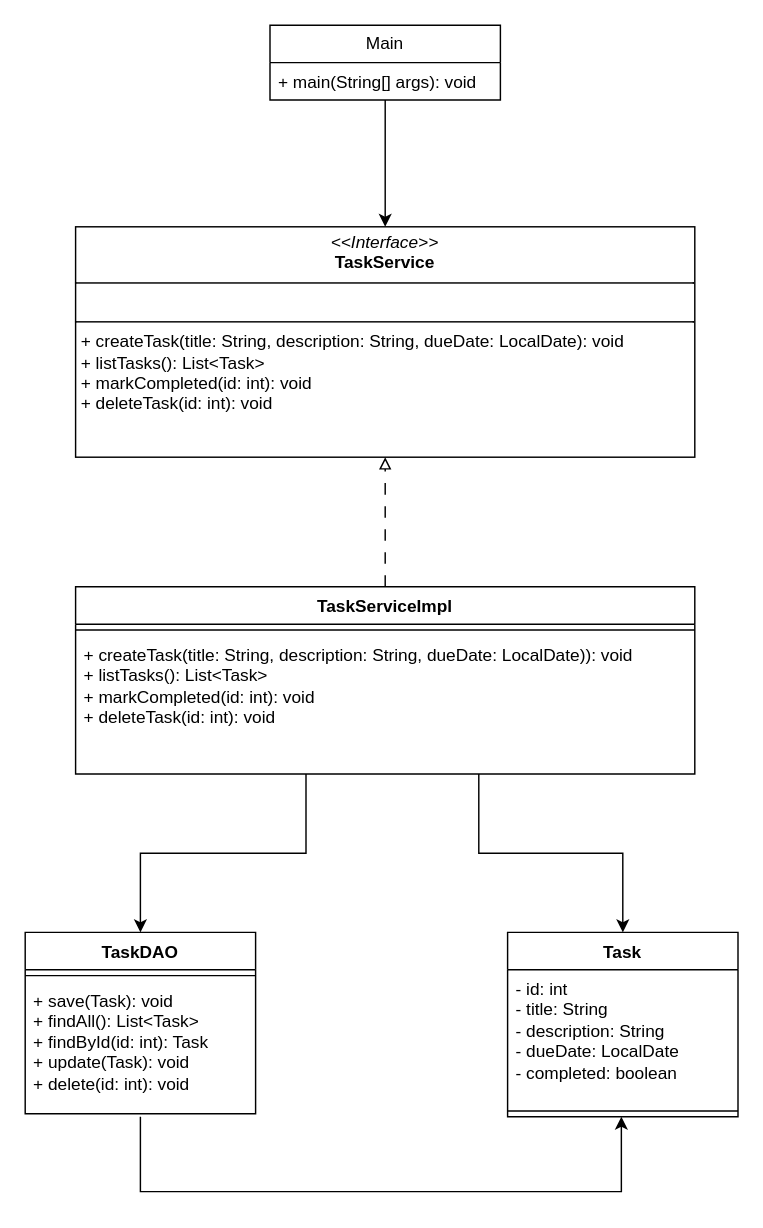
Above: diagrams/TaskManagerClassDiagram.drawio in Josephj9720/task-manager-console (draw.io), before the change. Source tidied: cells renumbered, new cells numbered last; positions are measured from the earlier drawing's top-left corner, leaving out a move shared by most shapes. Both pictures are drawn from the tidied source at 144%, with x=0, y=0 at pixel (24, 24).
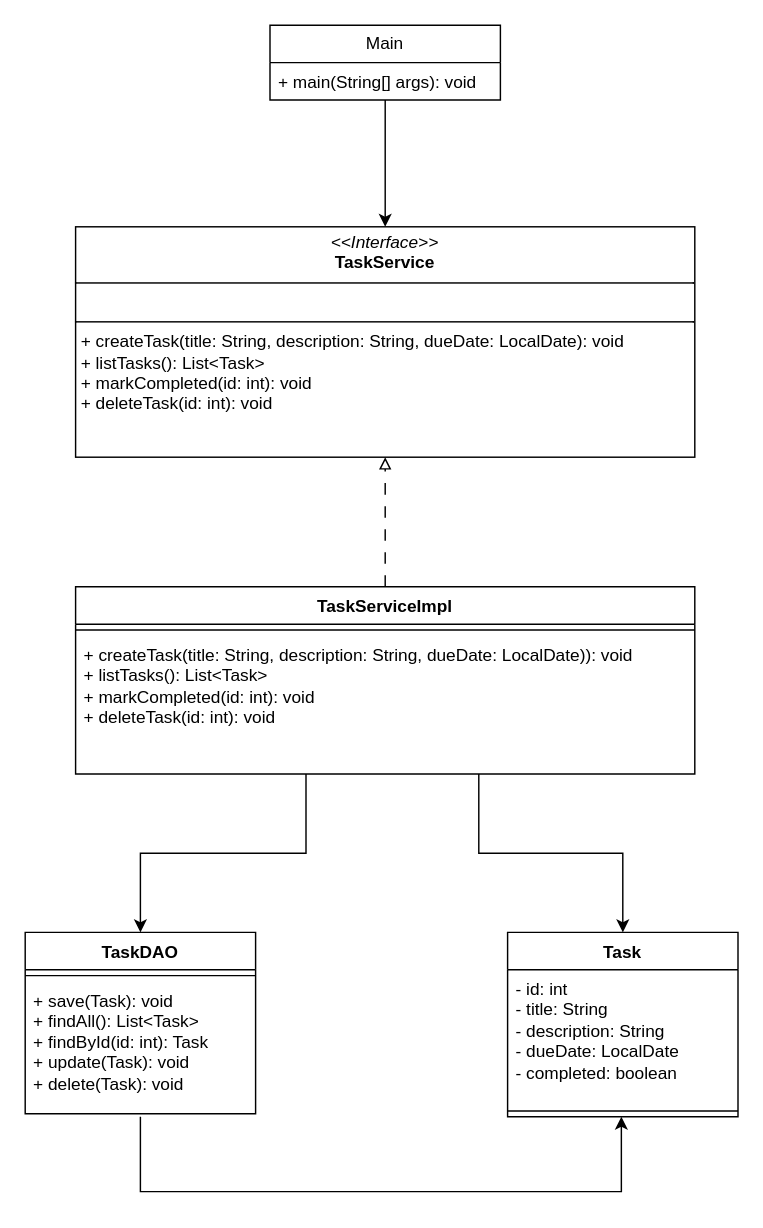
The same diagram, later.

Commit message (it also covers changes not shown here):
implemented update, delete and findById in TaskDAO

The change refers to these unchanged cells:
```xml
<mxCell id="7" value="TaskDAO" style="swimlane;fontStyle=1;align=center;verticalAlign=top;horizontal=1;startSize=26;whiteSpace=wrap;html=1;" parent="2" vertex="1">
  <mxGeometry y="630" width="160" height="126" as="geometry" />
</mxCell>
```

The edit, as a diff of the source:
```diff
@@
-    <mxCell id="9" value="&lt;div&gt;+ save(Task): void&lt;/div&gt;&lt;div&gt;+ findAll(): List&amp;lt;Task&amp;gt;&lt;/div&gt;&lt;div&gt;+ findById(id: int): Task&lt;/div&gt;&lt;div&gt;+ update(Task): void&lt;/div&gt;&lt;div&gt;+ delete(id: int): void&lt;/div&gt;" style="text;strokeColor=none;fillColor=none;align=left;verticalAlign=top;spacingLeft=4;spacingRight=4;overflow=hidden;whiteSpace=wrap;html=1;" parent="7" vertex="1">
+    <mxCell id="9" value="&lt;div&gt;+ save(Task): void&lt;/div&gt;&lt;div&gt;+ findAll(): List&amp;lt;Task&amp;gt;&lt;/div&gt;&lt;div&gt;+ findById(id: int): Task&lt;/div&gt;&lt;div&gt;+ update(Task): void&lt;/div&gt;&lt;div&gt;+ delete(Task): void&lt;/div&gt;" style="text;strokeColor=none;fillColor=none;align=left;verticalAlign=top;spacingLeft=4;spacingRight=4;overflow=hidden;whiteSpace=wrap;html=1;" parent="7" vertex="1">
       <mxGeometry y="34" width="160" height="92" as="geometry" />
     </mxCell>
```
